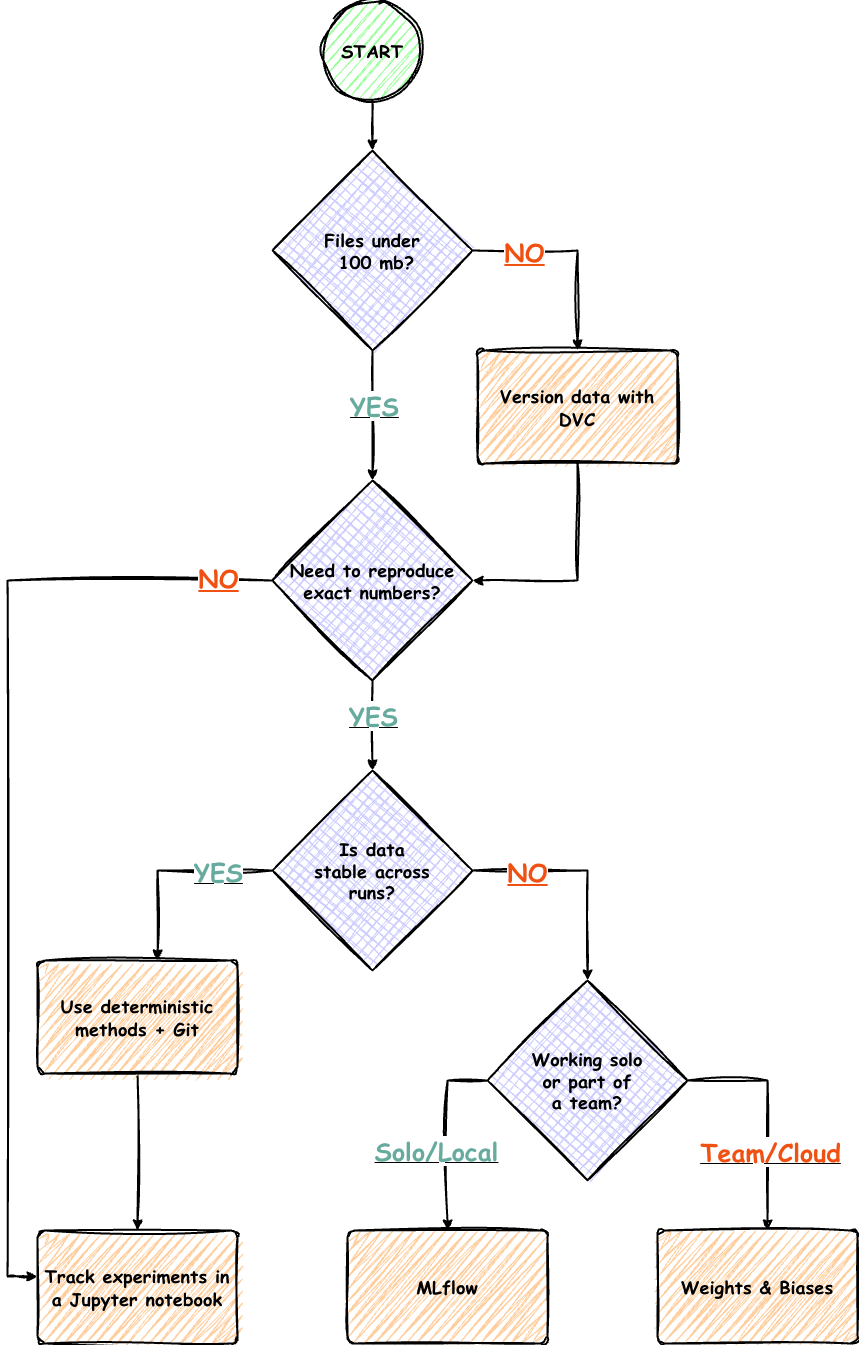
This is docs/images/tracking-decision-tree.png from chicago-aiscience/chicago-aiscience.github.io, a draw.io export, as it was before one commit. Source tidied: cells renumbered, new cells last; positions are measured from the earlier drawing's top-left corner, leaving out a move shared by most shapes.
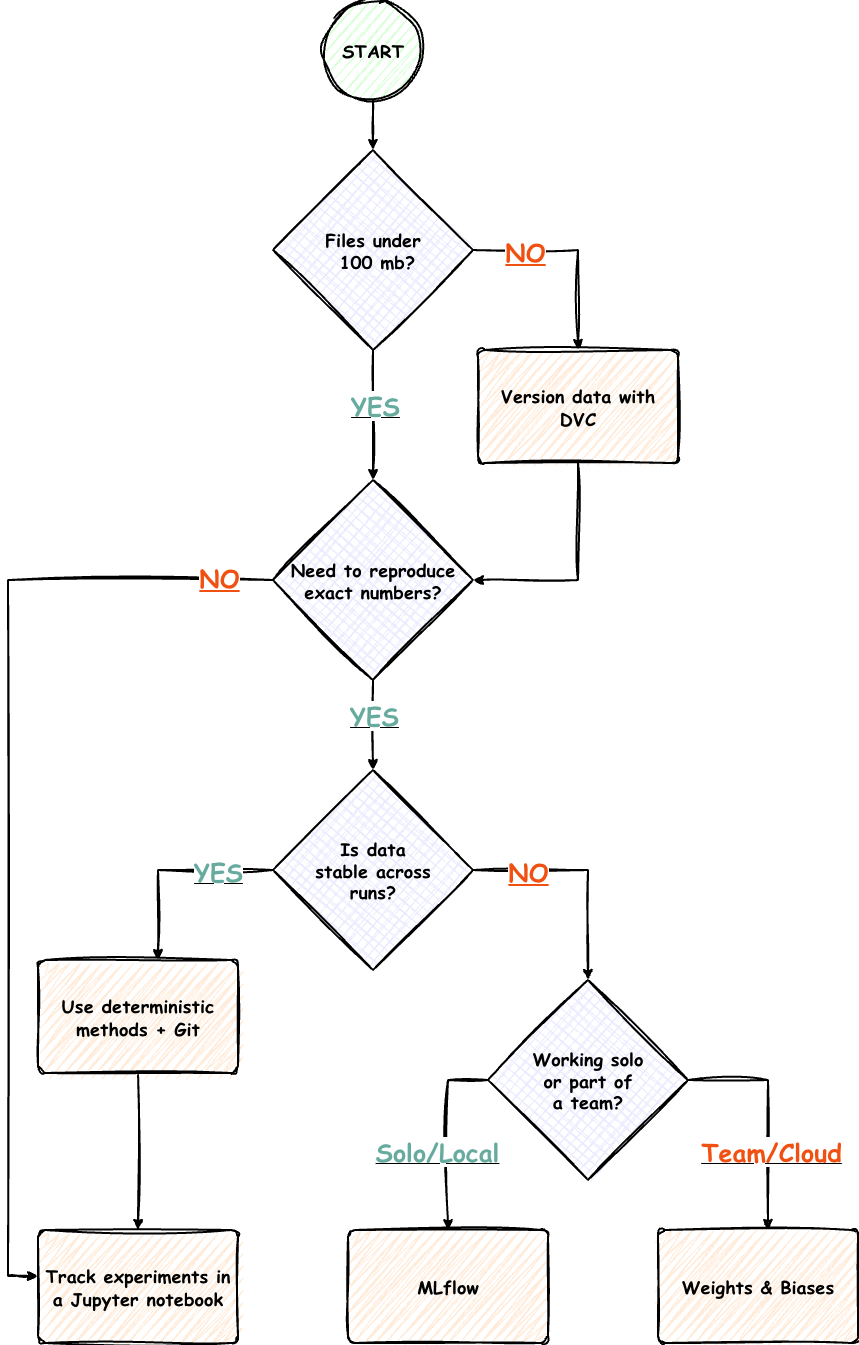
The same diagram one commit later.

Commit message:
Lighten diagram colors for readability

Change to the diagram source:
```diff
@@ -2,7 +2,7 @@
   <root>
     <mxCell id="0" />
     <mxCell id="1" parent="0" />
-    <mxCell id="2" value="&lt;b&gt;&lt;font&gt;START&lt;/font&gt;&lt;/b&gt;" style="strokeWidth=2;html=1;shape=mxgraph.flowchart.start_2;whiteSpace=wrap;fillStyle=hatch;fillColor=#99FF99;sketch=1;curveFitting=1;jiggle=2;fontFamily=Comic Sans MS;fontSize=18;" parent="1" vertex="1">
+    <mxCell id="2" value="&lt;b&gt;&lt;font&gt;START&lt;/font&gt;&lt;/b&gt;" style="strokeWidth=2;html=1;shape=mxgraph.flowchart.start_2;whiteSpace=wrap;fillStyle=hatch;fillColor=#99FF99;sketch=1;curveFitting=1;jiggle=2;fontFamily=Comic Sans MS;fontSize=18;fillOpacity=40;" parent="1" vertex="1">
       <mxGeometry x="315" width="100" height="100" as="geometry" />
     </mxCell>
     <mxCell id="3" style="edgeStyle=orthogonalEdgeStyle;rounded=0;jettySize=auto;html=1;sketch=1;curveFitting=1;jiggle=2;strokeWidth=2;" parent="1" edge="1" source="7" target="8">
@@ -17,19 +17,19 @@
     <mxCell id="6" value="&lt;u style=&quot;color: rgb(240, 80, 17); font-family: &amp;quot;Comic Sans MS&amp;quot;; font-size: 25px;&quot;&gt;&lt;b&gt;NO&lt;/b&gt;&lt;/u&gt;" style="edgeLabel;html=1;align=center;verticalAlign=middle;" parent="5" vertex="1">
       <mxGeometry x="-0.5" relative="1" as="geometry" />
     </mxCell>
-    <mxCell id="7" value="&lt;b&gt;&lt;font&gt;Files under&lt;br&gt;&amp;nbsp;100 mb?&lt;/font&gt;&lt;/b&gt;" style="strokeWidth=2;html=1;shape=mxgraph.flowchart.decision;whiteSpace=wrap;fillStyle=cross-hatch;fillColor=#CCCCFF;sketch=1;curveFitting=1;jiggle=2;fontFamily=Comic Sans MS;fontSize=18;" parent="1" vertex="1">
+    <mxCell id="7" value="&lt;b&gt;&lt;font&gt;Files under&lt;br&gt;&amp;nbsp;100 mb?&lt;/font&gt;&lt;/b&gt;" style="strokeWidth=2;html=1;shape=mxgraph.flowchart.decision;whiteSpace=wrap;fillStyle=cross-hatch;fillColor=#CCCCFF;sketch=1;curveFitting=1;jiggle=2;fontFamily=Comic Sans MS;fontSize=18;fillOpacity=40;" parent="1" vertex="1">
       <mxGeometry x="265" y="150" width="200" height="200" as="geometry" />
     </mxCell>
-    <mxCell id="8" value="&lt;b&gt;Need to reproduce exact numbers?&lt;/b&gt;" style="strokeWidth=2;html=1;shape=mxgraph.flowchart.decision;whiteSpace=wrap;fillStyle=cross-hatch;fillColor=#CCCCFF;sketch=1;curveFitting=1;jiggle=2;fontFamily=Comic Sans MS;fontSize=18;" parent="1" vertex="1">
+    <mxCell id="8" value="&lt;b&gt;Need to reproduce exact numbers?&lt;/b&gt;" style="strokeWidth=2;html=1;shape=mxgraph.flowchart.decision;whiteSpace=wrap;fillStyle=cross-hatch;fillColor=#CCCCFF;sketch=1;curveFitting=1;jiggle=2;fontFamily=Comic Sans MS;fontSize=18;fillOpacity=40;" parent="1" vertex="1">
       <mxGeometry x="265" y="480" width="200" height="200" as="geometry" />
     </mxCell>
-    <mxCell id="9" value="&lt;b&gt;&lt;font face=&quot;Comic Sans MS&quot;&gt;Version data with DVC&lt;/font&gt;&lt;/b&gt;" style="rounded=1;whiteSpace=wrap;html=1;absoluteArcSize=1;arcSize=14;strokeWidth=2;glass=0;sketch=1;curveFitting=1;jiggle=2;fillStyle=zigzag;fillColor=#FFCE9F;fontSize=18;" parent="1" vertex="1">
+    <mxCell id="9" value="&lt;b&gt;&lt;font face=&quot;Comic Sans MS&quot;&gt;Version data with DVC&lt;/font&gt;&lt;/b&gt;" style="rounded=1;whiteSpace=wrap;html=1;absoluteArcSize=1;arcSize=14;strokeWidth=2;glass=0;sketch=1;curveFitting=1;jiggle=2;fillStyle=zigzag;fillColor=#FFCE9F;fontSize=18;fillOpacity=40;" parent="1" vertex="1">
       <mxGeometry x="470" y="350" width="200" height="113" as="geometry" />
     </mxCell>
     <mxCell id="10" style="edgeStyle=orthogonalEdgeStyle;rounded=0;jettySize=auto;html=1;entryX=0.5;entryY=0;entryDx=0;entryDy=0;entryPerimeter=0;strokeWidth=2;sketch=1;curveFitting=1;jiggle=2;" parent="1" edge="1" source="2" target="7">
       <mxGeometry relative="1" as="geometry" />
     </mxCell>
-    <mxCell id="11" value="&lt;b&gt;&lt;font face=&quot;Comic Sans MS&quot;&gt;Track experiments in a Jupyter notebook&lt;/font&gt;&lt;/b&gt;" style="rounded=1;whiteSpace=wrap;html=1;absoluteArcSize=1;arcSize=14;strokeWidth=2;glass=0;sketch=1;curveFitting=1;jiggle=2;fillStyle=zigzag;fillColor=#FFCE9F;fontSize=18;" parent="1" vertex="1">
+    <mxCell id="11" value="&lt;b&gt;&lt;font face=&quot;Comic Sans MS&quot;&gt;Track experiments in a Jupyter notebook&lt;/font&gt;&lt;/b&gt;" style="rounded=1;whiteSpace=wrap;html=1;absoluteArcSize=1;arcSize=14;strokeWidth=2;glass=0;sketch=1;curveFitting=1;jiggle=2;fillStyle=zigzag;fillColor=#FFCE9F;fontSize=18;fillOpacity=40;" parent="1" vertex="1">
       <mxGeometry x="30" y="1230" width="200" height="113" as="geometry" />
     </mxCell>
     <mxCell id="12" style="edgeStyle=orthogonalEdgeStyle;rounded=0;jettySize=auto;html=1;entryX=0;entryY=0.5;entryDx=0;entryDy=0;entryPerimeter=0;sketch=1;curveFitting=1;jiggle=2;strokeWidth=2;startArrow=classic;startFill=1;endArrow=none;endFill=0;" parent="1" edge="1" source="11" target="8">
@@ -65,7 +65,7 @@
         <mxPoint x="-24" as="offset" />
       </mxGeometry>
     </mxCell>
-    <mxCell id="18" value="&lt;b&gt;Is data &lt;br&gt;stable across&lt;br&gt;runs?&lt;/b&gt;" style="strokeWidth=2;html=1;shape=mxgraph.flowchart.decision;whiteSpace=wrap;fillStyle=cross-hatch;fillColor=#CCCCFF;sketch=1;curveFitting=1;jiggle=2;fontFamily=Comic Sans MS;fontSize=18;" parent="1" vertex="1">
+    <mxCell id="18" value="&lt;b&gt;Is data &lt;br&gt;stable across&lt;br&gt;runs?&lt;/b&gt;" style="strokeWidth=2;html=1;shape=mxgraph.flowchart.decision;whiteSpace=wrap;fillStyle=cross-hatch;fillColor=#CCCCFF;sketch=1;curveFitting=1;jiggle=2;fontFamily=Comic Sans MS;fontSize=18;fillOpacity=40;" parent="1" vertex="1">
       <mxGeometry x="265" y="770" width="200" height="200" as="geometry" />
     </mxCell>
     <mxCell id="19" style="edgeStyle=orthogonalEdgeStyle;rounded=0;jettySize=auto;html=1;entryX=0.5;entryY=0;entryDx=0;entryDy=0;entryPerimeter=0;sketch=1;curveFitting=1;jiggle=2;strokeWidth=2;" parent="1" edge="1" source="8" target="18">
@@ -77,7 +77,7 @@
     <mxCell id="21" style="edgeStyle=orthogonalEdgeStyle;rounded=0;jettySize=auto;html=1;sketch=1;curveFitting=1;jiggle=2;strokeWidth=2;" parent="1" edge="1" source="22" target="11">
       <mxGeometry relative="1" as="geometry" />
     </mxCell>
-    <mxCell id="22" value="&lt;b&gt;&lt;font face=&quot;Comic Sans MS&quot;&gt;Use deterministic methods + Git&lt;/font&gt;&lt;/b&gt;" style="rounded=1;whiteSpace=wrap;html=1;absoluteArcSize=1;arcSize=14;strokeWidth=2;glass=0;sketch=1;curveFitting=1;jiggle=2;fillStyle=zigzag;fillColor=#FFCE9F;fontSize=18;" parent="1" vertex="1">
+    <mxCell id="22" value="&lt;b&gt;&lt;font face=&quot;Comic Sans MS&quot;&gt;Use deterministic methods + Git&lt;/font&gt;&lt;/b&gt;" style="rounded=1;whiteSpace=wrap;html=1;absoluteArcSize=1;arcSize=14;strokeWidth=2;glass=0;sketch=1;curveFitting=1;jiggle=2;fillStyle=zigzag;fillColor=#FFCE9F;fontSize=18;fillOpacity=40;" parent="1" vertex="1">
       <mxGeometry x="30" y="960" width="200" height="113" as="geometry" />
     </mxCell>
     <mxCell id="23" style="edgeStyle=orthogonalEdgeStyle;rounded=0;jettySize=auto;html=1;entryX=0.5;entryY=0;entryDx=0;entryDy=0;strokeWidth=2;sketch=1;curveFitting=1;jiggle=2;exitX=0;exitY=0.5;exitDx=0;exitDy=0;exitPerimeter=0;" parent="1" edge="1" source="27" target="28">
@@ -105,13 +105,13 @@
         <mxPoint y="-17" as="offset" />
       </mxGeometry>
     </mxCell>
-    <mxCell id="27" value="&lt;b&gt;Working solo&lt;br&gt;or part of &lt;br&gt;a team?&lt;/b&gt;" style="strokeWidth=2;html=1;shape=mxgraph.flowchart.decision;whiteSpace=wrap;fillStyle=cross-hatch;fillColor=#CCCCFF;sketch=1;curveFitting=1;jiggle=2;fontFamily=Comic Sans MS;fontSize=18;" parent="1" vertex="1">
+    <mxCell id="27" value="&lt;b&gt;Working solo&lt;br&gt;or part of &lt;br&gt;a team?&lt;/b&gt;" style="strokeWidth=2;html=1;shape=mxgraph.flowchart.decision;whiteSpace=wrap;fillStyle=cross-hatch;fillColor=#CCCCFF;sketch=1;curveFitting=1;jiggle=2;fontFamily=Comic Sans MS;fontSize=18;fillOpacity=40;" parent="1" vertex="1">
       <mxGeometry x="480" y="980" width="200" height="200" as="geometry" />
     </mxCell>
-    <mxCell id="28" value="&lt;b&gt;&lt;font face=&quot;Comic Sans MS&quot;&gt;MLflow&lt;/font&gt;&lt;/b&gt;" style="rounded=1;whiteSpace=wrap;html=1;absoluteArcSize=1;arcSize=14;strokeWidth=2;glass=0;sketch=1;curveFitting=1;jiggle=2;fillStyle=zigzag;fillColor=#FFCE9F;fontSize=18;" parent="1" vertex="1">
+    <mxCell id="28" value="&lt;b&gt;&lt;font face=&quot;Comic Sans MS&quot;&gt;MLflow&lt;/font&gt;&lt;/b&gt;" style="rounded=1;whiteSpace=wrap;html=1;absoluteArcSize=1;arcSize=14;strokeWidth=2;glass=0;sketch=1;curveFitting=1;jiggle=2;fillStyle=zigzag;fillColor=#FFCE9F;fontSize=18;fillOpacity=40;" parent="1" vertex="1">
       <mxGeometry x="340" y="1230" width="200" height="113" as="geometry" />
     </mxCell>
-    <mxCell id="29" value="&lt;b&gt;&lt;font face=&quot;Comic Sans MS&quot;&gt;Weights &amp;amp; Biases&lt;/font&gt;&lt;/b&gt;" style="rounded=1;whiteSpace=wrap;html=1;absoluteArcSize=1;arcSize=14;strokeWidth=2;glass=0;sketch=1;curveFitting=1;jiggle=2;fillStyle=zigzag;fillColor=#FFCE9F;fontSize=18;" parent="1" vertex="1">
+    <mxCell id="29" value="&lt;b&gt;&lt;font face=&quot;Comic Sans MS&quot;&gt;Weights &amp;amp; Biases&lt;/font&gt;&lt;/b&gt;" style="rounded=1;whiteSpace=wrap;html=1;absoluteArcSize=1;arcSize=14;strokeWidth=2;glass=0;sketch=1;curveFitting=1;jiggle=2;fillStyle=zigzag;fillColor=#FFCE9F;fontSize=18;fillOpacity=40;" parent="1" vertex="1">
       <mxGeometry x="650" y="1230" width="200" height="113" as="geometry" />
     </mxCell>
     <mxCell id="30" style="edgeStyle=orthogonalEdgeStyle;rounded=0;jettySize=auto;html=1;entryX=1;entryY=0.5;entryDx=0;entryDy=0;entryPerimeter=0;strokeWidth=2;sketch=1;curveFitting=1;jiggle=2;" parent="1" edge="1" source="9" target="8">
```
